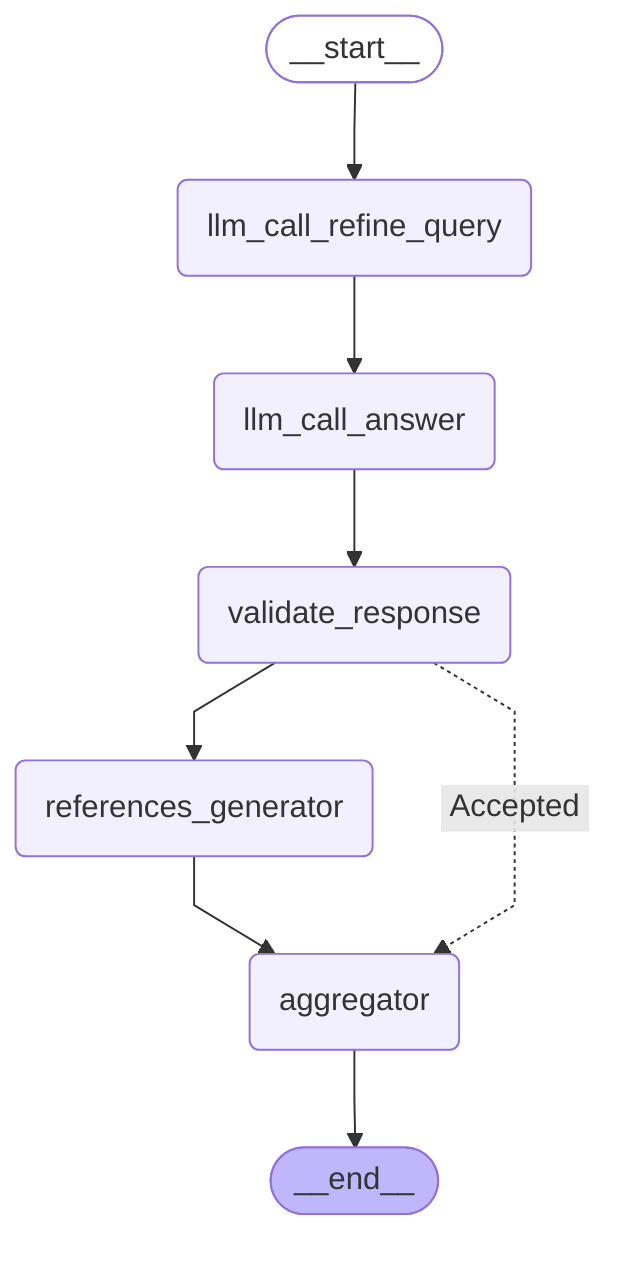
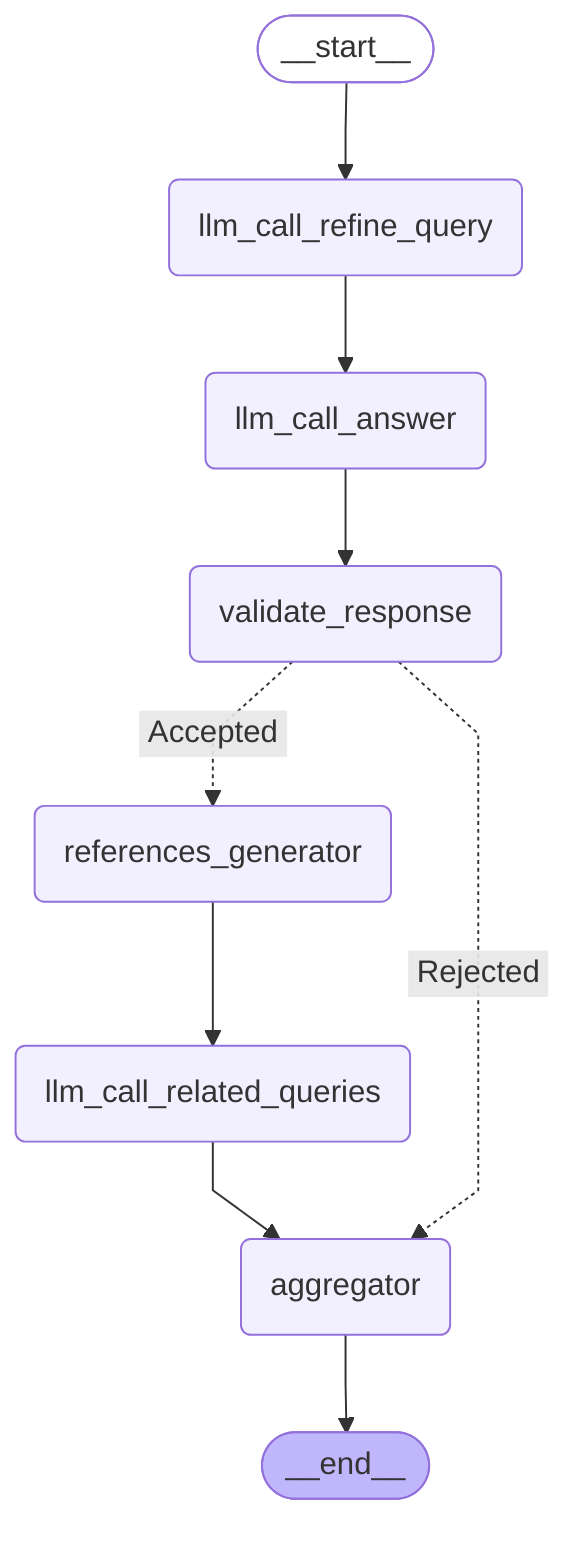
---
config:
  flowchart:
    curve: linear
---
graph TD;
	__start__([<p>__start__</p>]):::first
	llm_call_answer(llm_call_answer)
	llm_call_refine_query(llm_call_refine_query)
	validate_response(validate_response)
	aggregator(aggregator)
	references_generator(references_generator)
+ 	llm_call_related_queries(llm_call_related_queries)
	__end__([<p>__end__</p>]):::last
	__start__ --> llm_call_refine_query;
	llm_call_answer --> validate_response;
	llm_call_refine_query --> llm_call_answer;
- 	references_generator --> aggregator;
- 	validate_response -. &nbsp;Accepted&nbsp; .-> aggregator;
- 	validate_response --> references_generator;
+ 	llm_call_related_queries --> aggregator;
+ 	references_generator --> llm_call_related_queries;
+ 	validate_response -. &nbsp;Rejected&nbsp; .-> aggregator;
+ 	validate_response -. &nbsp;Accepted&nbsp; .-> references_generator;
	aggregator --> __end__;
	classDef default fill:#f2f0ff,line-height:1.2
	classDef first fill-opacity:0
	classDef last fill:#bfb6fc
